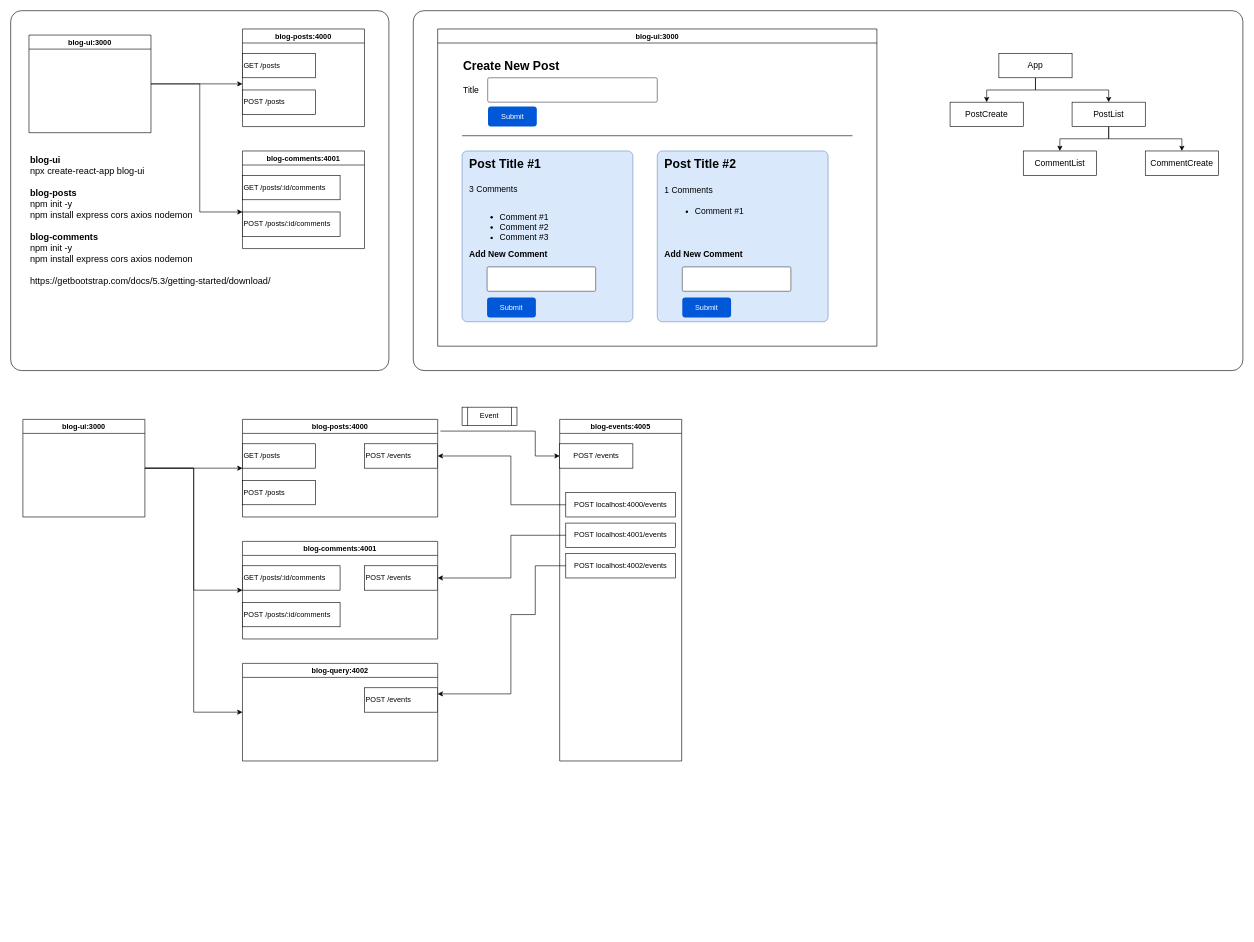
vidhirkaup/diagrams keeps this draw.io diagram as microservices.drawio. Above is the earlier version. Source tidied: cells renumbered, new cells numbered last; positions are measured from the earlier drawing's top-left corner, leaving out a move shared by most shapes. Both pictures are drawn from the tidied source at 61%, with x=0, y=0 at pixel (10, 10).
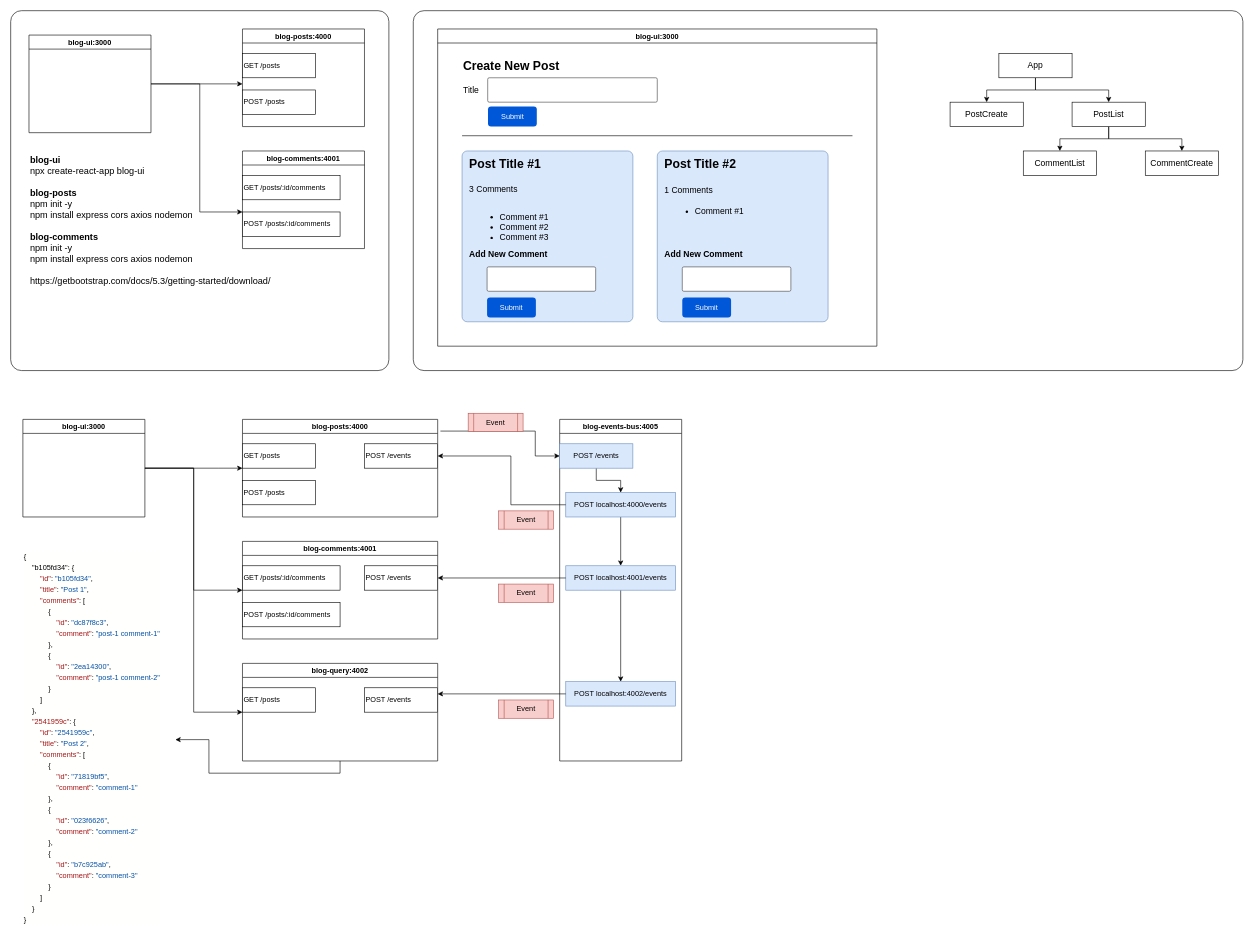
The same diagram, later.

Unchanged cells that the change refers to:
```xml
<mxCell id="7" value="blog-query:4002" style="swimlane;" parent="1" vertex="1">
  <mxGeometry x="380" y="1070" width="320" height="160" as="geometry" />
</mxCell>
<mxCell id="8" value="POST /events" style="rounded=0;whiteSpace=wrap;html=1;align=left;" parent="7" vertex="1">
  <mxGeometry x="200" y="40" width="120" height="40" as="geometry" />
</mxCell>
<mxCell id="56" value="POST /events" style="rounded=0;whiteSpace=wrap;html=1;align=left;" parent="55" vertex="1">
  <mxGeometry x="200" y="40" width="120" height="40" as="geometry" />
</mxCell>
```

Change to the diagram source:
```diff
@@
+    <mxCell id="68" style="edgeStyle=orthogonalEdgeStyle;rounded=0;jettySize=auto;html=1;exitX=0.5;exitY=1;exitDx=0;exitDy=0;" parent="1" edge="1" source="7" target="76">
+      <mxGeometry relative="1" as="geometry" />
+    </mxCell>
@@
+    <mxCell id="69" value="GET /posts" style="rounded=0;whiteSpace=wrap;html=1;align=left;" parent="7" vertex="1">
+      <mxGeometry y="40" width="120" height="40" as="geometry" />
+    </mxCell>
-    <mxCell id="9" value="blog-events:4005" style="swimlane;" parent="1" vertex="1">
+    <mxCell id="9" value="blog-events-bus:4005" style="swimlane;" parent="1" vertex="1">
       <mxGeometry x="900" y="670" width="200" height="560" as="geometry" />
     </mxCell>
+    <mxCell id="70" style="edgeStyle=orthogonalEdgeStyle;rounded=0;jettySize=auto;html=1;exitX=0.5;exitY=1;exitDx=0;exitDy=0;entryX=0.5;entryY=0;entryDx=0;entryDy=0;" parent="9" edge="1" source="10" target="11">
+      <mxGeometry relative="1" as="geometry" />
+    </mxCell>
-    <mxCell id="10" value="POST /events" style="rounded=0;whiteSpace=wrap;html=1;" parent="9" vertex="1">
+    <mxCell id="10" value="POST /events" style="rounded=0;whiteSpace=wrap;html=1;fillColor=#dae8fc;strokeColor=#6c8ebf;" parent="9" vertex="1">
       <mxGeometry y="40" width="120" height="40" as="geometry" />
     </mxCell>
+    <mxCell id="71" style="edgeStyle=orthogonalEdgeStyle;rounded=0;jettySize=auto;html=1;exitX=0.5;exitY=1;exitDx=0;exitDy=0;entryX=0.5;entryY=0;entryDx=0;entryDy=0;" parent="9" edge="1" source="11" target="12">
+      <mxGeometry relative="1" as="geometry" />
+    </mxCell>
-    <mxCell id="11" value="POST localhost:4000/events" style="rounded=0;whiteSpace=wrap;html=1;" parent="9" vertex="1">
+    <mxCell id="11" value="POST localhost:4000/events" style="rounded=0;whiteSpace=wrap;html=1;fillColor=#dae8fc;strokeColor=#6c8ebf;" parent="9" vertex="1">
       <mxGeometry x="10" y="120" width="180" height="40" as="geometry" />
     </mxCell>
+    <mxCell id="72" style="edgeStyle=orthogonalEdgeStyle;rounded=0;jettySize=auto;html=1;exitX=0.5;exitY=1;exitDx=0;exitDy=0;entryX=0.5;entryY=0;entryDx=0;entryDy=0;" parent="9" edge="1" source="12" target="13">
+      <mxGeometry relative="1" as="geometry" />
+    </mxCell>
-    <mxCell id="12" value="POST localhost:4001/events" style="rounded=0;whiteSpace=wrap;html=1;" parent="9" vertex="1">
-      <mxGeometry x="10" y="170" width="180" height="40" as="geometry" />
+    <mxCell id="12" value="POST localhost:4001/events" style="rounded=0;whiteSpace=wrap;html=1;fillColor=#dae8fc;strokeColor=#6c8ebf;" parent="9" vertex="1">
+      <mxGeometry x="10" y="240" width="180" height="40" as="geometry" />
     </mxCell>
-    <mxCell id="13" value="POST localhost:4002/events" style="rounded=0;whiteSpace=wrap;html=1;" parent="9" vertex="1">
-      <mxGeometry x="10" y="220" width="180" height="40" as="geometry" />
+    <mxCell id="13" value="POST localhost:4002/events" style="rounded=0;whiteSpace=wrap;html=1;fillColor=#dae8fc;strokeColor=#6c8ebf;" parent="9" vertex="1">
+      <mxGeometry x="10" y="430" width="180" height="40" as="geometry" />
     </mxCell>
@@
-    <mxCell id="65" style="edgeStyle=orthogonalEdgeStyle;rounded=0;jettySize=auto;html=1;entryX=1;entryY=0.5;entryDx=0;entryDy=0;" parent="1" edge="1" source="12" target="56">
+    <mxCell id="65" style="edgeStyle=orthogonalEdgeStyle;rounded=0;jettySize=auto;html=1;entryX=1;entryY=0.5;entryDx=0;entryDy=0;exitX=0;exitY=0.5;exitDx=0;exitDy=0;" parent="1" edge="1" source="12" target="56">
       <mxGeometry relative="1" as="geometry">
         <Array as="points">
-          <mxPoint x="820" y="860" />
-          <mxPoint x="820" y="930" />
+          <mxPoint x="910" y="930" />
         </Array>
       </mxGeometry>
     </mxCell>
     <mxCell id="66" style="edgeStyle=orthogonalEdgeStyle;rounded=0;jettySize=auto;html=1;entryX=1;entryY=0.25;entryDx=0;entryDy=0;exitX=0;exitY=0.5;exitDx=0;exitDy=0;" parent="1" edge="1" source="13" target="8">
       <mxGeometry relative="1" as="geometry">
         <Array as="points">
-          <mxPoint x="860" y="910" />
-          <mxPoint x="860" y="990" />
-          <mxPoint x="820" y="990" />
-          <mxPoint x="820" y="1120" />
+          <mxPoint x="830" y="1120" />
+          <mxPoint x="830" y="1120" />
         </Array>
       </mxGeometry>
     </mxCell>
-    <mxCell id="67" value="Event" style="shape=process;whiteSpace=wrap;html=1;backgroundOutline=1;" parent="1" vertex="1">
-      <mxGeometry x="740" y="650" width="90" height="30" as="geometry" />
+    <mxCell id="67" value="Event" style="shape=process;whiteSpace=wrap;html=1;backgroundOutline=1;fillColor=#f8cecc;strokeColor=#b85450;" parent="1" vertex="1">
+      <mxGeometry x="800" y="820" width="90" height="30" as="geometry" />
     </mxCell>
+    <mxCell id="73" value="Event" style="shape=process;whiteSpace=wrap;html=1;backgroundOutline=1;fillColor=#f8cecc;strokeColor=#b85450;" parent="1" vertex="1">
+      <mxGeometry x="750" y="660" width="90" height="30" as="geometry" />
+    </mxCell>
+    <mxCell id="74" value="Event" style="shape=process;whiteSpace=wrap;html=1;backgroundOutline=1;fillColor=#f8cecc;strokeColor=#b85450;" parent="1" vertex="1">
+      <mxGeometry x="800" y="1130" width="90" height="30" as="geometry" />
+    </mxCell>
+    <mxCell id="75" value="Event" style="shape=process;whiteSpace=wrap;html=1;backgroundOutline=1;fillColor=#f8cecc;strokeColor=#b85450;" parent="1" vertex="1">
+      <mxGeometry x="800" y="940" width="90" height="30" as="geometry" />
+    </mxCell>
+    <mxCell id="76" value="&lt;div style=&quot;background-color: rgb(255, 255, 254); font-size: 12px; line-height: 18px;&quot;&gt;&lt;div&gt;{&lt;/div&gt;&lt;div&gt;&amp;nbsp;&amp;nbsp;&amp;nbsp;&amp;nbsp;&quot;b105fd34&quot;:&amp;nbsp;{&lt;/div&gt;&lt;div&gt;&amp;nbsp;&amp;nbsp;&amp;nbsp;&amp;nbsp;&amp;nbsp;&amp;nbsp;&amp;nbsp;&amp;nbsp;&lt;span style=&quot;color: #a31515;&quot;&gt;&quot;id&quot;&lt;/span&gt;:&amp;nbsp;&lt;span style=&quot;color: #0451a5;&quot;&gt;&quot;b105fd34&quot;&lt;/span&gt;,&lt;/div&gt;&lt;div&gt;&amp;nbsp;&amp;nbsp;&amp;nbsp;&amp;nbsp;&amp;nbsp;&amp;nbsp;&amp;nbsp;&amp;nbsp;&lt;span style=&quot;color: #a31515;&quot;&gt;&quot;title&quot;&lt;/span&gt;:&amp;nbsp;&lt;span style=&quot;color: #0451a5;&quot;&gt;&quot;Post&amp;nbsp;1&quot;&lt;/span&gt;,&lt;/div&gt;&lt;div&gt;&amp;nbsp;&amp;nbsp;&amp;nbsp;&amp;nbsp;&amp;nbsp;&amp;nbsp;&amp;nbsp;&amp;nbsp;&lt;span style=&quot;color: #a31515;&quot;&gt;&quot;comments&quot;&lt;/span&gt;:&amp;nbsp;[&lt;/div&gt;&lt;div&gt;&amp;nbsp;&amp;nbsp;&amp;nbsp;&amp;nbsp;&amp;nbsp;&amp;nbsp;&amp;nbsp;&amp;nbsp;&amp;nbsp;&amp;nbsp;&amp;nbsp;&amp;nbsp;{&lt;/div&gt;&lt;div&gt;&amp;nbsp;&amp;nbsp;&amp;nbsp;&amp;nbsp;&amp;nbsp;&amp;nbsp;&amp;nbsp;&amp;nbsp;&amp;nbsp;&amp;nbsp;&amp;nbsp;&amp;nbsp;&amp;nbsp;&amp;nbsp;&amp;nbsp;&amp;nbsp;&lt;span style=&quot;color: #a31515;&quot;&gt;&quot;id&quot;&lt;/span&gt;:&amp;nbsp;&lt;span style=&quot;color: #0451a5;&quot;&gt;&quot;dc87f8c3&quot;&lt;/span&gt;,&lt;/div&gt;&lt;div&gt;&amp;nbsp;&amp;nbsp;&amp;nbsp;&amp;nbsp;&amp;nbsp;&amp;nbsp;&amp;nbsp;&amp;nbsp;&amp;nbsp;&amp;nbsp;&amp;nbsp;&amp;nbsp;&amp;nbsp;&amp;nbsp;&amp;nbsp;&amp;nbsp;&lt;span style=&quot;color: #a31515;&quot;&gt;&quot;comment&quot;&lt;/span&gt;:&amp;nbsp;&lt;span style=&quot;color: #0451a5;&quot;&gt;&quot;post-1&amp;nbsp;comment-1&quot;&lt;/span&gt;&lt;/div&gt;&lt;div&gt;&amp;nbsp;&amp;nbsp;&amp;nbsp;&amp;nbsp;&amp;nbsp;&amp;nbsp;&amp;nbsp;&amp;nbsp;&amp;nbsp;&amp;nbsp;&amp;nbsp;&amp;nbsp;},&lt;/div&gt;&lt;div&gt;&amp;nbsp;&amp;nbsp;&amp;nbsp;&amp;nbsp;&amp;nbsp;&amp;nbsp;&amp;nbsp;&amp;nbsp;&amp;nbsp;&amp;nbsp;&amp;nbsp;&amp;nbsp;{&lt;/div&gt;&lt;div&gt;&amp;nbsp;&amp;nbsp;&amp;nbsp;&amp;nbsp;&amp;nbsp;&amp;nbsp;&amp;nbsp;&amp;nbsp;&amp;nbsp;&amp;nbsp;&amp;nbsp;&amp;nbsp;&amp;nbsp;&amp;nbsp;&amp;nbsp;&amp;nbsp;&lt;span style=&quot;color: #a31515;&quot;&gt;&quot;id&quot;&lt;/span&gt;:&amp;nbsp;&lt;span style=&quot;color: #0451a5;&quot;&gt;&quot;2ea14300&quot;&lt;/span&gt;,&lt;/div&gt;&lt;div&gt;&amp;nbsp;&amp;nbsp;&amp;nbsp;&amp;nbsp;&amp;nbsp;&amp;nbsp;&amp;nbsp;&amp;nbsp;&amp;nbsp;&amp;nbsp;&amp;nbsp;&amp;nbsp;&amp;nbsp;&amp;nbsp;&amp;nbsp;&amp;nbsp;&lt;span style=&quot;color: #a31515;&quot;&gt;&quot;comment&quot;&lt;/span&gt;:&amp;nbsp;&lt;span style=&quot;color: #0451a5;&quot;&gt;&quot;post-1&amp;nbsp;comment-2&quot;&lt;/span&gt;&lt;/div&gt;&lt;div&gt;&amp;nbsp;&amp;nbsp;&amp;nbsp;&amp;nbsp;&amp;nbsp;&amp;nbsp;&amp;nbsp;&amp;nbsp;&amp;nbsp;&amp;nbsp;&amp;nbsp;&amp;nbsp;}&lt;/div&gt;&lt;div&gt;&amp;nbsp;&amp;nbsp;&amp;nbsp;&amp;nbsp;&amp;nbsp;&amp;nbsp;&amp;nbsp;&amp;nbsp;]&lt;/div&gt;&lt;div&gt;&amp;nbsp;&amp;nbsp;&amp;nbsp;&amp;nbsp;},&lt;/div&gt;&lt;div&gt;&amp;nbsp;&amp;nbsp;&amp;nbsp;&amp;nbsp;&lt;span style=&quot;color: #a31515;&quot;&gt;&quot;2541959c&quot;&lt;/span&gt;:&amp;nbsp;{&lt;/div&gt;&lt;div&gt;&amp;nbsp;&amp;nbsp;&amp;nbsp;&amp;nbsp;&amp;nbsp;&amp;nbsp;&amp;nbsp;&amp;nbsp;&lt;span style=&quot;color: #a31515;&quot;&gt;&quot;id&quot;&lt;/span&gt;:&amp;nbsp;&lt;span style=&quot;color: #0451a5;&quot;&gt;&quot;2541959c&quot;&lt;/span&gt;,&lt;/div&gt;&lt;div&gt;&amp;nbsp;&amp;nbsp;&amp;nbsp;&amp;nbsp;&amp;nbsp;&amp;nbsp;&amp;nbsp;&amp;nbsp;&lt;span style=&quot;color: #a31515;&quot;&gt;&quot;title&quot;&lt;/span&gt;:&amp;nbsp;&lt;span style=&quot;color: #0451a5;&quot;&gt;&quot;Post&amp;nbsp;2&quot;&lt;/span&gt;,&lt;/div&gt;&lt;div&gt;&amp;nbsp;&amp;nbsp;&amp;nbsp;&amp;nbsp;&amp;nbsp;&amp;nbsp;&amp;nbsp;&amp;nbsp;&lt;span style=&quot;color: #a31515;&quot;&gt;&quot;comments&quot;&lt;/span&gt;:&amp;nbsp;[&lt;/div&gt;&lt;div&gt;&amp;nbsp;&amp;nbsp;&amp;nbsp;&amp;nbsp;&amp;nbsp;&amp;nbsp;&amp;nbsp;&amp;nbsp;&amp;nbsp;&amp;nbsp;&amp;nbsp;&amp;nbsp;{&lt;/div&gt;&lt;div&gt;&amp;nbsp;&amp;nbsp;&amp;nbsp;&amp;nbsp;&amp;nbsp;&amp;nbsp;&amp;nbsp;&amp;nbsp;&amp;nbsp;&amp;nbsp;&amp;nbsp;&amp;nbsp;&amp;nbsp;&amp;nbsp;&amp;nbsp;&amp;nbsp;&lt;span style=&quot;color: #a31515;&quot;&gt;&quot;id&quot;&lt;/span&gt;:&amp;nbsp;&lt;span style=&quot;color: #0451a5;&quot;&gt;&quot;71819bf5&quot;&lt;/span&gt;,&lt;/div&gt;&lt;div&gt;&amp;nbsp;&amp;nbsp;&amp;nbsp;&amp;nbsp;&amp;nbsp;&amp;nbsp;&amp;nbsp;&amp;nbsp;&amp;nbsp;&amp;nbsp;&amp;nbsp;&amp;nbsp;&amp;nbsp;&amp;nbsp;&amp;nbsp;&amp;nbsp;&lt;span style=&quot;color: #a31515;&quot;&gt;&quot;comment&quot;&lt;/span&gt;:&amp;nbsp;&lt;span style=&quot;color: #0451a5;&quot;&gt;&quot;comment-1&quot;&lt;/span&gt;&lt;/div&gt;&lt;div&gt;&amp;nbsp;&amp;nbsp;&amp;nbsp;&amp;nbsp;&amp;nbsp;&amp;nbsp;&amp;nbsp;&amp;nbsp;&amp;nbsp;&amp;nbsp;&amp;nbsp;&amp;nbsp;},&lt;/div&gt;&lt;div&gt;&amp;nbsp;&amp;nbsp;&amp;nbsp;&amp;nbsp;&amp;nbsp;&amp;nbsp;&amp;nbsp;&amp;nbsp;&amp;nbsp;&amp;nbsp;&amp;nbsp;&amp;nbsp;{&lt;/div&gt;&lt;div&gt;&amp;nbsp;&amp;nbsp;&amp;nbsp;&amp;nbsp;&amp;nbsp;&amp;nbsp;&amp;nbsp;&amp;nbsp;&amp;nbsp;&amp;nbsp;&amp;nbsp;&amp;nbsp;&amp;nbsp;&amp;nbsp;&amp;nbsp;&amp;nbsp;&lt;span style=&quot;color: #a31515;&quot;&gt;&quot;id&quot;&lt;/span&gt;:&amp;nbsp;&lt;span style=&quot;color: #0451a5;&quot;&gt;&quot;023f6626&quot;&lt;/span&gt;,&lt;/div&gt;&lt;div&gt;&amp;nbsp;&amp;nbsp;&amp;nbsp;&amp;nbsp;&amp;nbsp;&amp;nbsp;&amp;nbsp;&amp;nbsp;&amp;nbsp;&amp;nbsp;&amp;nbsp;&amp;nbsp;&amp;nbsp;&amp;nbsp;&amp;nbsp;&amp;nbsp;&lt;span style=&quot;color: #a31515;&quot;&gt;&quot;comment&quot;&lt;/span&gt;:&amp;nbsp;&lt;span style=&quot;color: #0451a5;&quot;&gt;&quot;comment-2&quot;&lt;/span&gt;&lt;/div&gt;&lt;div&gt;&amp;nbsp;&amp;nbsp;&amp;nbsp;&amp;nbsp;&amp;nbsp;&amp;nbsp;&amp;nbsp;&amp;nbsp;&amp;nbsp;&amp;nbsp;&amp;nbsp;&amp;nbsp;},&lt;/div&gt;&lt;div&gt;&amp;nbsp;&amp;nbsp;&amp;nbsp;&amp;nbsp;&amp;nbsp;&amp;nbsp;&amp;nbsp;&amp;nbsp;&amp;nbsp;&amp;nbsp;&amp;nbsp;&amp;nbsp;{&lt;/div&gt;&lt;div&gt;&amp;nbsp;&amp;nbsp;&amp;nbsp;&amp;nbsp;&amp;nbsp;&amp;nbsp;&amp;nbsp;&amp;nbsp;&amp;nbsp;&amp;nbsp;&amp;nbsp;&amp;nbsp;&amp;nbsp;&amp;nbsp;&amp;nbsp;&amp;nbsp;&lt;span style=&quot;color: #a31515;&quot;&gt;&quot;id&quot;&lt;/span&gt;:&amp;nbsp;&lt;span style=&quot;color: #0451a5;&quot;&gt;&quot;b7c925ab&quot;&lt;/span&gt;,&lt;/div&gt;&lt;div&gt;&amp;nbsp;&amp;nbsp;&amp;nbsp;&amp;nbsp;&amp;nbsp;&amp;nbsp;&amp;nbsp;&amp;nbsp;&amp;nbsp;&amp;nbsp;&amp;nbsp;&amp;nbsp;&amp;nbsp;&amp;nbsp;&amp;nbsp;&amp;nbsp;&lt;span style=&quot;color: #a31515;&quot;&gt;&quot;comment&quot;&lt;/span&gt;:&amp;nbsp;&lt;span style=&quot;color: #0451a5;&quot;&gt;&quot;comment-3&quot;&lt;/span&gt;&lt;/div&gt;&lt;div&gt;&amp;nbsp;&amp;nbsp;&amp;nbsp;&amp;nbsp;&amp;nbsp;&amp;nbsp;&amp;nbsp;&amp;nbsp;&amp;nbsp;&amp;nbsp;&amp;nbsp;&amp;nbsp;}&lt;/div&gt;&lt;div&gt;&amp;nbsp;&amp;nbsp;&amp;nbsp;&amp;nbsp;&amp;nbsp;&amp;nbsp;&amp;nbsp;&amp;nbsp;]&lt;/div&gt;&lt;div&gt;&amp;nbsp;&amp;nbsp;&amp;nbsp;&amp;nbsp;}&lt;/div&gt;&lt;div&gt;}&lt;/div&gt;&lt;/div&gt;" style="text;html=1;align=left;verticalAlign=top;points=[];strokeColor=none;fillColor=none;fontSize=15;" parent="1" vertex="1">
+      <mxGeometry x="20" y="880" width="250" height="630" as="geometry" />
+    </mxCell>
```
